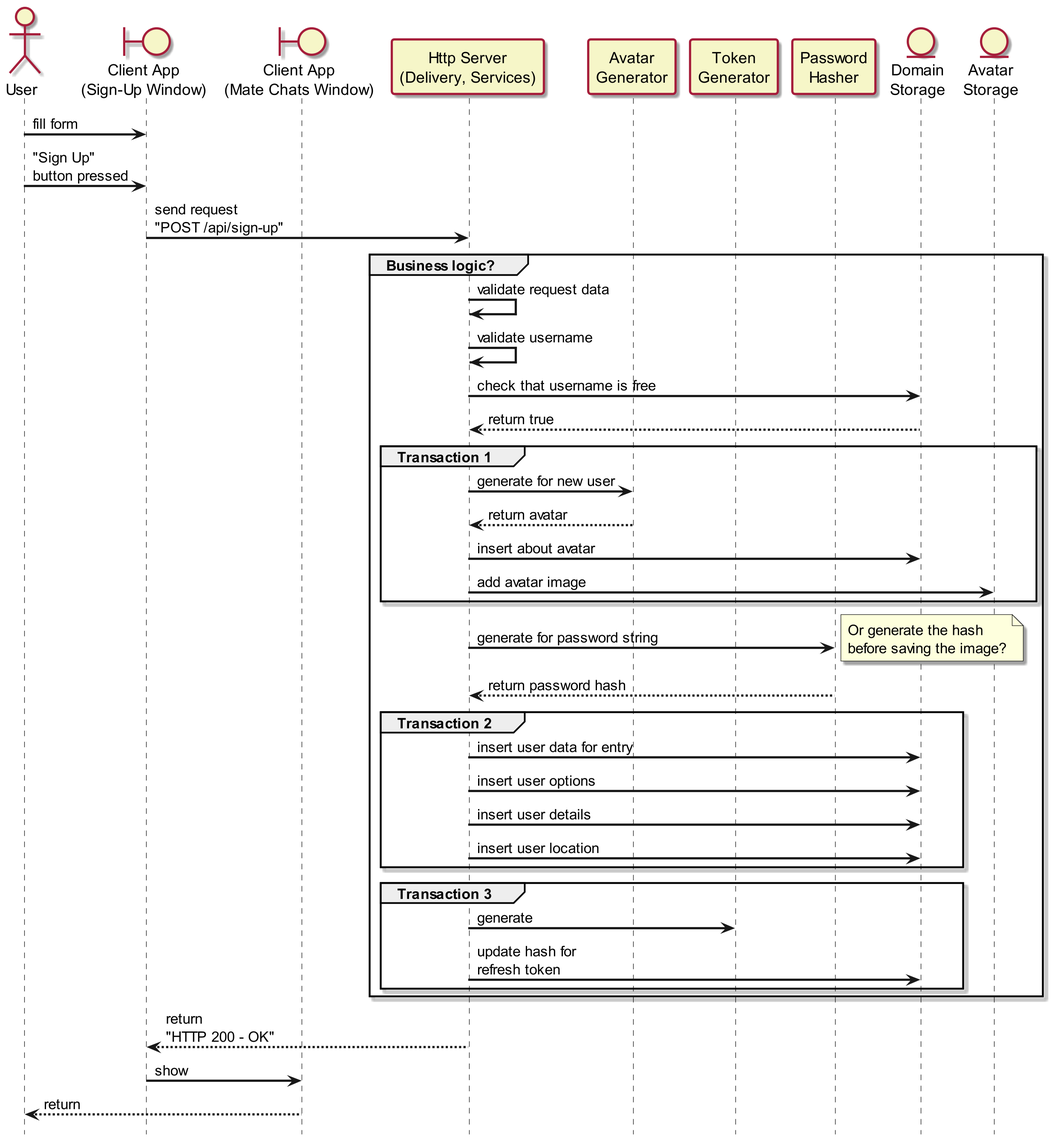
Above: general/out_diagrams/puml_diagrams/sequence/sign_up.png in qubacy/geoqq (PlantUML), before the change. Source of this version:
```plantuml
@startuml sign_up

!include styles.wsd


actor "User" as user

boundary "Client App\n(Sign-Up Window)" as signUpWindowClientApp
boundary "Client App\n(Mate Chats Window)" as mateChatsWindowClientApp

participant "Http Server\n(Delivery, Services)" as httpServer
participant "Avatar\nGenerator" as avaGenerator
participant "Token\nGenerator" as tokenGenerator
participant "Password\nHasher" as passHasher

entity "Domain\nStorage" as domainStorage
entity "Avatar\nStorage" as avatarStorage


user -> signUpWindowClientApp : fill form
user -> signUpWindowClientApp : "Sign Up"\nbutton pressed

signUpWindowClientApp -> httpServer : send request\n"POST /api/sign-up"

group Business logic?

    httpServer -> httpServer : validate request data
    httpServer -> httpServer : validate username

    httpServer -> domainStorage : check that username is free
    domainStorage --> httpServer : return true

    group Transaction 1
        httpServer -> avaGenerator : generate for new user
        avaGenerator --> httpServer : return avatar
        httpServer -> domainStorage : insert about avatar
        httpServer -> avatarStorage : add avatar image
    end

    httpServer -> passHasher : generate for password string
    note right : Or generate the hash\nbefore saving the image?
    passHasher --> httpServer : return password hash

    group Transaction 2
        httpServer -> domainStorage : insert user data for entry
        httpServer -> domainStorage : insert user options
        httpServer -> domainStorage : insert user details
        httpServer -> domainStorage : insert user location
    end

    group Transaction 3
        httpServer -> tokenGenerator : generate
        httpServer -> domainStorage : update hash for\nrefresh token
    end

end

httpServer --> signUpWindowClientApp : return\n"HTTP 200 - OK"
signUpWindowClientApp -> mateChatsWindowClientApp : show
mateChatsWindowClientApp --> user : return

@enduml
```
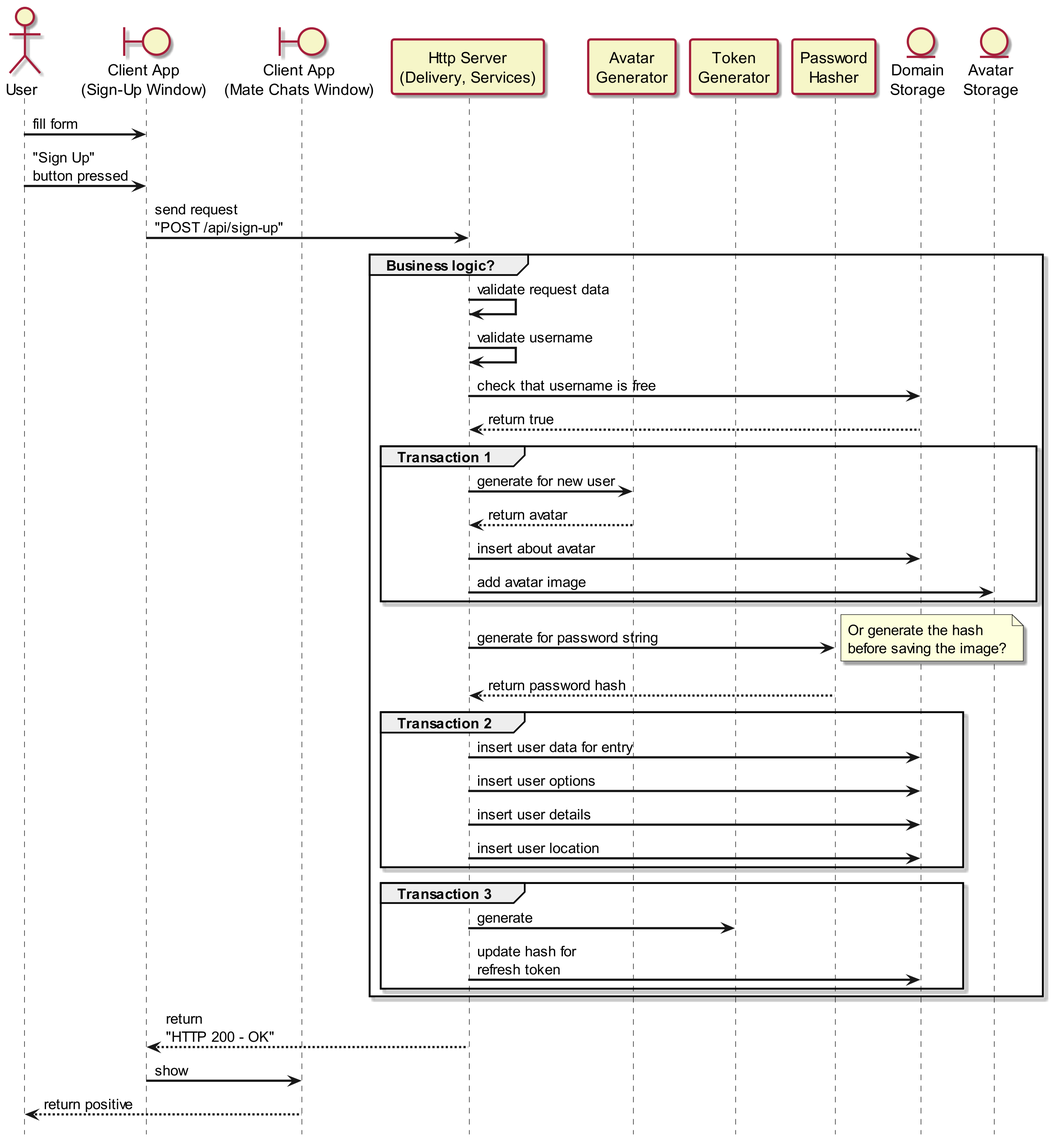
Later version of the same file.

Diff of the diagram source:
```diff
@@ -57,6 +57,6 @@
 
 httpServer --> signUpWindowClientApp : return\n"HTTP 200 - OK"
 signUpWindowClientApp -> mateChatsWindowClientApp : show
-mateChatsWindowClientApp --> user : return
+mateChatsWindowClientApp --> user : return positive
 
 @enduml
```
